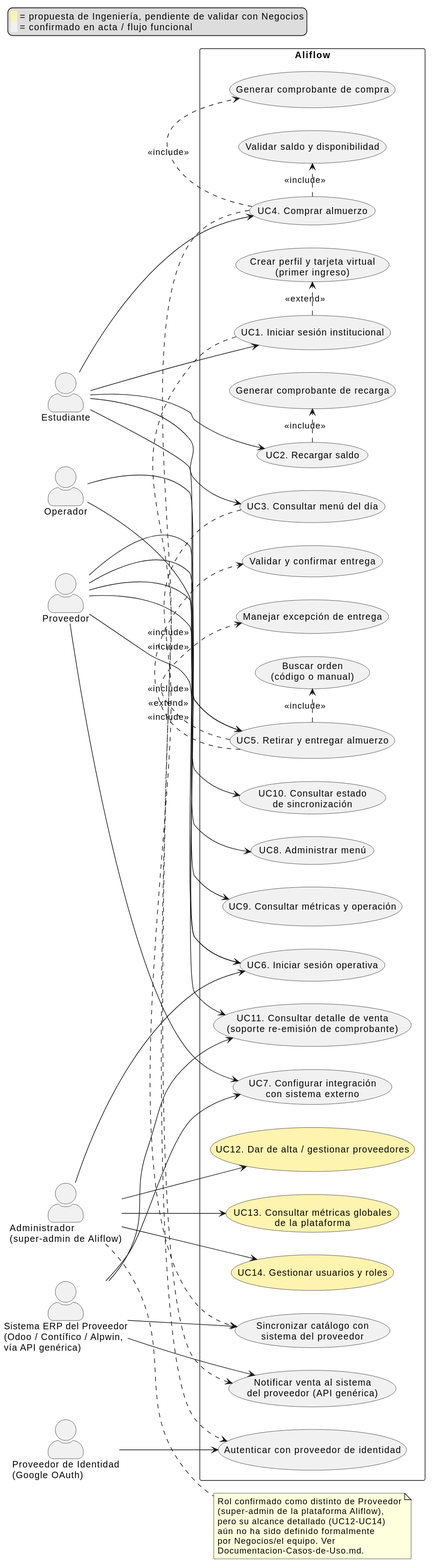
This is uml/casos-de-uso.svg from Jesus-JB/aliflow, a PlantUML export, as it was before one commit.
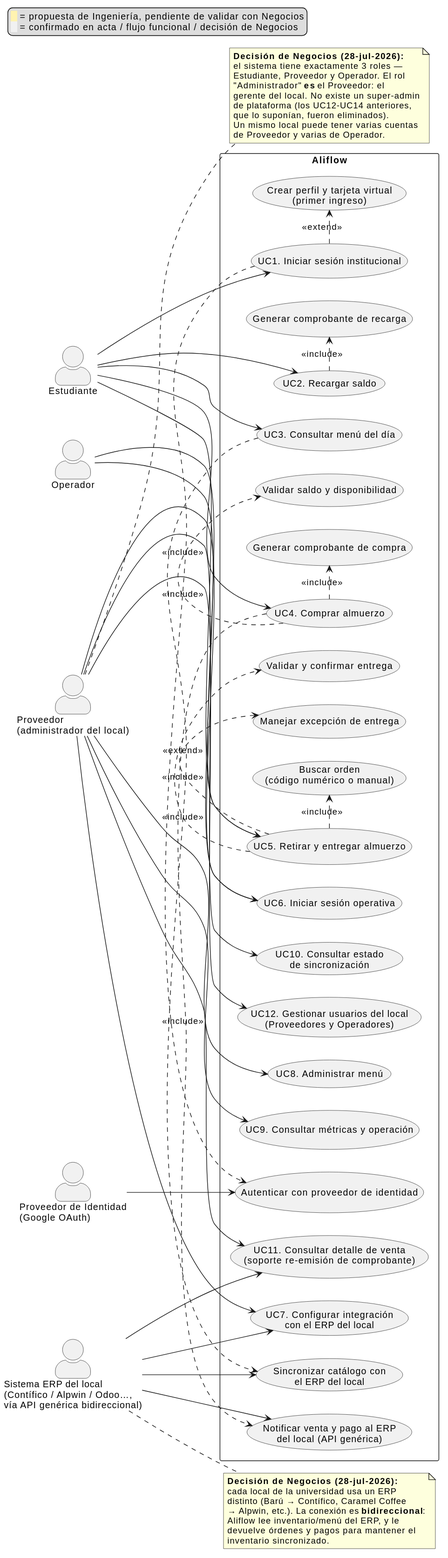
The same file after the commit.

Diff of the diagram source:
```diff
@@ -5,15 +5,14 @@
 
 legend top left
   <back:#FFF3B0>  </back> = propuesta de Ingeniería, pendiente de validar con Negocios
-  <back:#F1F1F1>  </back> = confirmado en acta / flujo funcional
+  <back:#F1F1F1>  </back> = confirmado en acta / flujo funcional / decisión de Negocios
 endlegend
 
 actor Estudiante as EST
-actor Proveedor as PROV
+actor "Proveedor\n(administrador del local)" as PROV
 actor Operador as OP
-actor "Administrador\n(super-admin de Aliflow)" as ADMIN
 actor "Proveedor de Identidad\n(Google OAuth)" as IDP
-actor "Sistema ERP del Proveedor\n(Odoo / Contífico / Alpwin,\nvía API genérica)" as ERP
+actor "Sistema ERP del local\n(Contífico / Alpwin / Odoo…,\nvía API genérica bidireccional)" as ERP
 
 rectangle "Aliflow" {
 
@@ -25,21 +24,21 @@
   usecase "Generar comprobante de recarga" as UC2a
 
   usecase "UC3. Consultar menú del día" as UC3
-  usecase "Sincronizar catálogo con\nsistema del proveedor" as UC3a
+  usecase "Sincronizar catálogo con\nel ERP del local" as UC3a
 
   usecase "UC4. Comprar almuerzo" as UC4
   usecase "Validar saldo y disponibilidad" as UC4a
   usecase "Generar comprobante de compra" as UC4b
-  usecase "Notificar venta al sistema\ndel proveedor (API genérica)" as UC4c
+  usecase "Notificar venta y pago al ERP\ndel local (API genérica)" as UC4c
 
   usecase "UC5. Retirar y entregar almuerzo" as UC5
-  usecase "Buscar orden\n(código o manual)" as UC5a
+  usecase "Buscar orden\n(código numérico o manual)" as UC5a
   usecase "Validar y confirmar entrega" as UC5b
   usecase "Manejar excepción de entrega" as UC5c
 
   usecase "UC6. Iniciar sesión operativa" as UC6
 
-  usecase "UC7. Configurar integración\ncon sistema externo" as UC7
+  usecase "UC7. Configurar integración\ncon el ERP del local" as UC7
 
   usecase "UC8. Administrar menú" as UC8
 
@@ -49,9 +48,7 @@
 
   usecase "UC11. Consultar detalle de venta\n(soporte re-emisión de comprobante)" as UC11
 
-  usecase "UC12. Dar de alta / gestionar proveedores" as UC12 #FFF3B0
-  usecase "UC13. Consultar métricas globales\nde la plataforma" as UC13 #FFF3B0
-  usecase "UC14. Gestionar usuarios y roles" as UC14 #FFF3B0
+  usecase "UC12. Gestionar usuarios del local\n(Proveedores y Operadores)" as UC12
 }
 
 EST --> UC1
@@ -69,17 +66,13 @@
 PROV --> UC9
 PROV --> UC10
 PROV --> UC11
+PROV --> UC12
 
 IDP --> UC1a
 ERP --> UC3a
 ERP --> UC4c
 ERP --> UC7
 ERP --> UC11
-
-ADMIN --> UC12
-ADMIN --> UC13
-ADMIN --> UC14
-ADMIN --> UC6
 
 UC1 .> UC1a : <<include>>
 UC1 .> UC1b : <<extend>>
@@ -96,12 +89,25 @@
 UC5 .> UC5b : <<include>>
 UC5 .> UC5c : <<extend>>
 
-note right of ADMIN
-  Rol confirmado como distinto de Proveedor
-  (super-admin de la plataforma Aliflow),
-  pero su alcance detallado (UC12-UC14)
-  aún no ha sido definido formalmente
-  por Negocios/el equipo. Ver
-  Documentacion-Casos-de-Uso.md.
+note right of PROV
+  **Decisión de Negocios (28-jul-2026):**
+  el sistema tiene exactamente 3 roles —
+  Estudiante, Proveedor y Operador. El rol
+  "Administrador" **es** el Proveedor: el
+  gerente del local. No existe un super-admin
+  de plataforma (los UC12-UC14 anteriores,
+  que lo suponían, fueron eliminados).
+  Un mismo local puede tener varias cuentas
+  de Proveedor y varias de Operador.
+end note
+
+note right of ERP
+  **Decisión de Negocios (28-jul-2026):**
+  cada local de la universidad usa un ERP
+  distinto (Barú → Contífico, Caramel Coffee
+  → Alpwin, etc.). La conexión es **bidireccional**:
+  Aliflow lee inventario/menú del ERP, y le
+  devuelve órdenes y pagos para mantener el
+  inventario sincronizado.
 end note
 @enduml
```
